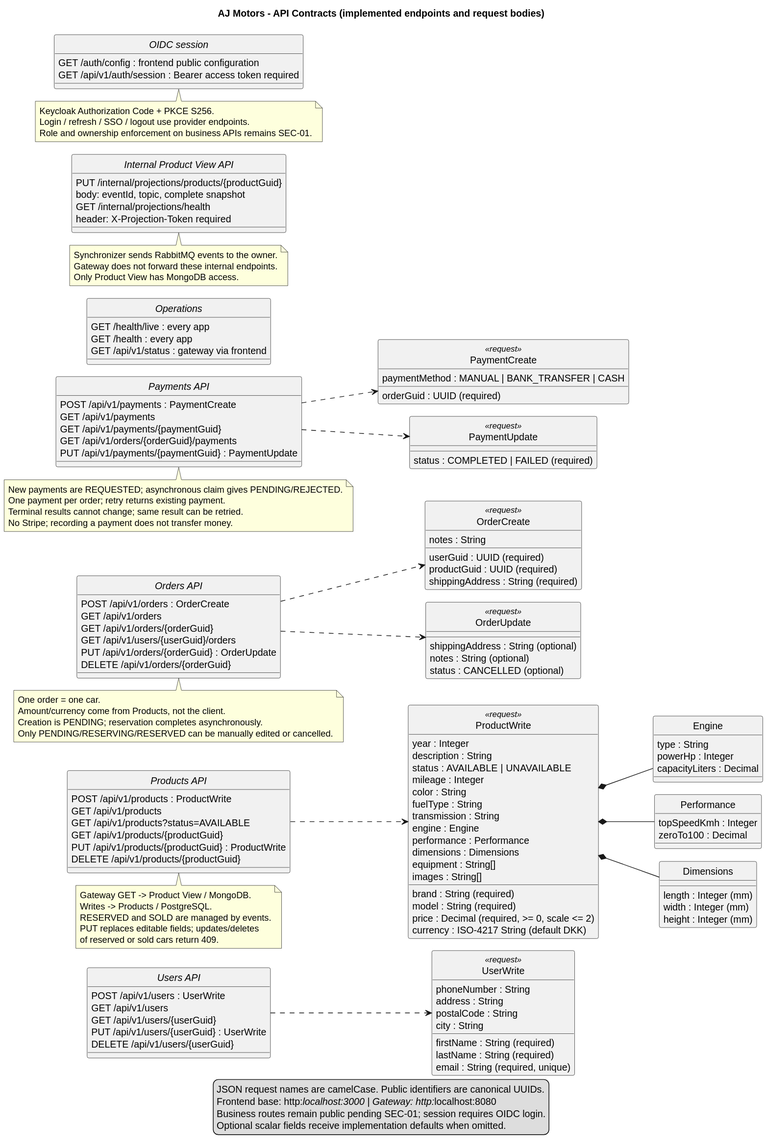
Earlier version of the PlantUML export documentation/application/API Contracts.svg (AhmadAlkaseb/aj). Its source is kept beside it as documentation/application/API Contracts.puml. Its diagram source:
```plantuml
@startuml
!pragma layout smetana
title AJ Motors - API Contracts (implemented endpoints and request bodies)
hide circle
skinparam shadowing false
skinparam classAttributeIconSize 0
skinparam defaultFontName SansSerif
left to right direction

interface "Users API" as users {
  POST /api/v1/users : UserWrite
  GET /api/v1/users
  GET /api/v1/users/{userGuid}
  PUT /api/v1/users/{userGuid} : UserWrite
  DELETE /api/v1/users/{userGuid}
}
class UserWrite <<request>> {
  firstName : String (required)
  lastName : String (required)
  email : String (required, unique)
  phoneNumber : String
  address : String
  postalCode : String
  city : String
}
users ..> UserWrite

interface "Products API" as products {
  POST /api/v1/products : ProductWrite
  GET /api/v1/products
  GET /api/v1/products?status=AVAILABLE
  GET /api/v1/products/{productGuid}
  PUT /api/v1/products/{productGuid} : ProductWrite
  DELETE /api/v1/products/{productGuid}
}
class ProductWrite <<request>> {
  brand : String (required)
  model : String (required)
  year : Integer
  description : String
  price : Decimal (required, >= 0, scale <= 2)
  currency : ISO-4217 String (default DKK)
  status : AVAILABLE | UNAVAILABLE
  mileage : Integer
  color : String
  fuelType : String
  transmission : String
  engine : Engine
  performance : Performance
  dimensions : Dimensions
  equipment : String[]
  images : String[]
}
class Engine {
  type : String
  powerHp : Integer
  capacityLiters : Decimal
}
class Performance {
  topSpeedKmh : Integer
  zeroTo100 : Decimal
}
class Dimensions {
  length : Integer (mm)
  width : Integer (mm)
  height : Integer (mm)
}
products ..> ProductWrite
ProductWrite *-- Engine
ProductWrite *-- Performance
ProductWrite *-- Dimensions
note bottom of products
  Gateway GET -> Product View / MongoDB.
  Writes -> Products / PostgreSQL.
  RESERVED and SOLD are managed by events.
  PUT replaces editable fields; updates/deletes
  of reserved or sold cars return 409.
end note

interface "Orders API" as orders {
  POST /api/v1/orders : OrderCreate
  GET /api/v1/orders
  GET /api/v1/orders/{orderGuid}
  GET /api/v1/users/{userGuid}/orders
  PUT /api/v1/orders/{orderGuid} : OrderUpdate
  DELETE /api/v1/orders/{orderGuid}
}
class OrderCreate <<request>> {
  userGuid : UUID (required)
  productGuid : UUID (required)
  shippingAddress : String (required)
  notes : String
}
class OrderUpdate <<request>> {
  shippingAddress : String (optional)
  notes : String (optional)
  status : CANCELLED (optional)
}
orders ..> OrderCreate
orders ..> OrderUpdate
note bottom of orders
  One order = one car.
  Amount/currency come from Products, not the client.
  Creation is PENDING; reservation completes asynchronously.
  Only PENDING/RESERVING/RESERVED can be manually edited or cancelled.
end note

interface "Payments API" as payments {
  POST /api/v1/payments : PaymentCreate
  GET /api/v1/payments
  GET /api/v1/payments/{paymentGuid}
  GET /api/v1/orders/{orderGuid}/payments
  PUT /api/v1/payments/{paymentGuid} : PaymentUpdate
}
class PaymentCreate <<request>> {
  orderGuid : UUID (required)
  paymentMethod : MANUAL | BANK_TRANSFER | CASH
}
class PaymentUpdate <<request>> {
  status : COMPLETED | FAILED (required)
}
payments ..> PaymentCreate
payments ..> PaymentUpdate
note bottom of payments
  New payments are REQUESTED; asynchronous claim gives PENDING/REJECTED.
  One payment per order; retry returns existing payment.
  Terminal results cannot change; same result can be retried.
  No Stripe; recording a payment does not transfer money.
end note

interface "Operations" as ops {
  GET /health/live : every app
  GET /health : every app
  GET /api/v1/status : gateway via frontend
}
interface "Internal Product View API" as projection {
  PUT /internal/projections/products/{productGuid}
  body: eventId, topic, complete snapshot
  GET /internal/projections/health
  header: X-Projection-Token required
}
note bottom of projection
  Synchronizer sends RabbitMQ events to the owner.
  Gateway does not forward these internal endpoints.
  Only Product View has MongoDB access.
end note
interface "OIDC session" as oidc {
  GET /auth/config : frontend public configuration
  GET /api/v1/auth/session : Bearer access token required
}
note bottom of oidc
  Keycloak Authorization Code + PKCE S256.
  Login / refresh / SSO / logout use provider endpoints.
  Role and ownership enforcement on business APIs remains SEC-01.
end note
legend bottom
  JSON request names are camelCase. Public identifiers are canonical UUIDs.
  Frontend base: http://localhost:3000 | Gateway: http://localhost:8080
  Business routes remain public pending SEC-01; session requires OIDC login.
  Optional scalar fields receive implementation defaults when omitted.
endlegend
@enduml
```
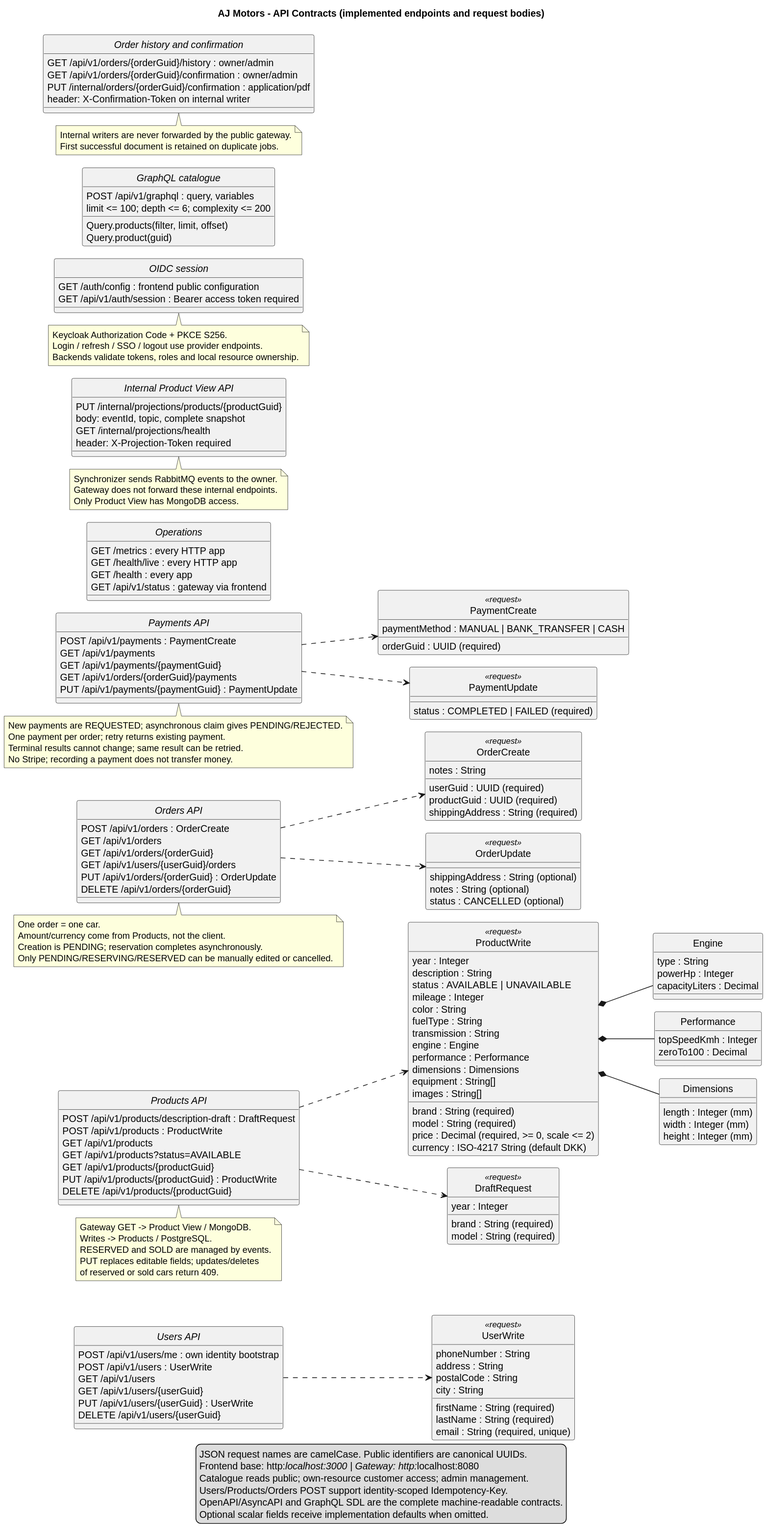
Later version of the same file.

The edit, as a diff of the source:
```diff
@@ -8,6 +8,7 @@
 left to right direction
 
 interface "Users API" as users {
+  POST /api/v1/users/me : own identity bootstrap
   POST /api/v1/users : UserWrite
   GET /api/v1/users
   GET /api/v1/users/{userGuid}
@@ -26,6 +27,7 @@
 users ..> UserWrite
 
 interface "Products API" as products {
+  POST /api/v1/products/description-draft : DraftRequest
   POST /api/v1/products : ProductWrite
   GET /api/v1/products
   GET /api/v1/products?status=AVAILABLE
@@ -129,7 +131,8 @@
 end note
 
 interface "Operations" as ops {
-  GET /health/live : every app
+  GET /metrics : every HTTP app
+  GET /health/live : every HTTP app
   GET /health : every app
   GET /api/v1/status : gateway via frontend
 }
@@ -151,12 +154,36 @@
 note bottom of oidc
   Keycloak Authorization Code + PKCE S256.
   Login / refresh / SSO / logout use provider endpoints.
-  Role and ownership enforcement on business APIs remains SEC-01.
+  Backends validate tokens, roles and local resource ownership.
+end note
+interface "GraphQL catalogue" as graphql {
+  POST /api/v1/graphql : query, variables
+  Query.products(filter, limit, offset)
+  Query.product(guid)
+  limit <= 100; depth <= 6; complexity <= 200
+}
+class DraftRequest <<request>> {
+  brand : String (required)
+  model : String (required)
+  year : Integer
+}
+products ..> DraftRequest
+interface "Order history and confirmation" as artifacts {
+  GET /api/v1/orders/{orderGuid}/history : owner/admin
+  GET /api/v1/orders/{orderGuid}/confirmation : owner/admin
+  PUT /internal/orders/{orderGuid}/confirmation : application/pdf
+  header: X-Confirmation-Token on internal writer
+}
+note bottom of artifacts
+  Internal writers are never forwarded by the public gateway.
+  First successful document is retained on duplicate jobs.
 end note
 legend bottom
   JSON request names are camelCase. Public identifiers are canonical UUIDs.
   Frontend base: http://localhost:3000 | Gateway: http://localhost:8080
-  Business routes remain public pending SEC-01; session requires OIDC login.
+  Catalogue reads public; own-resource customer access; admin management.
+Users/Products/Orders POST support identity-scoped Idempotency-Key.
+OpenAPI/AsyncAPI and GraphQL SDL are the complete machine-readable contracts.
   Optional scalar fields receive implementation defaults when omitted.
 endlegend
 @enduml
```
